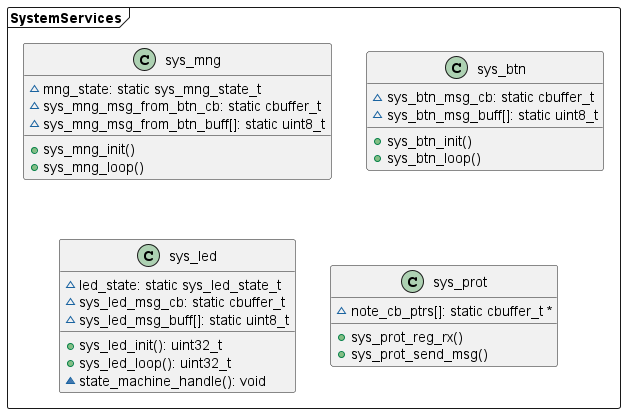
This is docs/docs/architecture_syssvcs/architecture_syssvcs.png from minh2002sn/led_control, a PlantUML export, as it was before one commit.
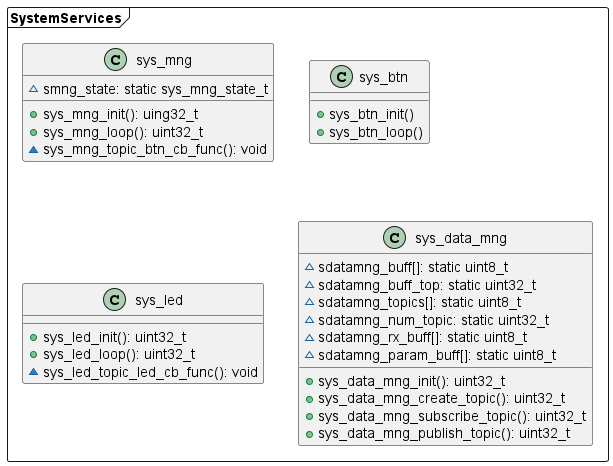
After the change.

Change to the diagram source:
```diff
@@ -3,33 +3,37 @@
 package SystemServices <<Frame>> {
   class sys_mng
   {
-    ~mng_state: static sys_mng_state_t
-    ~sys_mng_msg_from_btn_cb: static cbuffer_t
-    ~sys_mng_msg_from_btn_buff[]: static uint8_t
-    +sys_mng_init()
-    +sys_mng_loop()
+    ~smng_state: static sys_mng_state_t
+    +sys_mng_init(): uing32_t
+    +sys_mng_loop(): uint32_t
+    ~sys_mng_topic_btn_cb_func(): void
   }
+
   class sys_btn
   {
-    ~sys_btn_msg_cb: static cbuffer_t
-    ~sys_btn_msg_buff[]: static uint8_t
     +sys_btn_init()
     +sys_btn_loop()
   }
+
   class sys_led
   {
-    ~led_state: static sys_led_state_t
-    ~sys_led_msg_cb: static cbuffer_t
-    ~sys_led_msg_buff[]: static uint8_t
     +sys_led_init(): uint32_t
     +sys_led_loop(): uint32_t
-    ~state_machine_handle(): void
+    ~sys_led_topic_led_cb_func(): void
   }
-  class sys_prot
+
+  class sys_data_mng
   {
-    ~note_cb_ptrs[]: static cbuffer_t *
-    +sys_prot_reg_rx()
-    +sys_prot_send_msg()
+    ~sdatamng_buff[]: static uint8_t
+    ~sdatamng_buff_top: static uint32_t
+    ~sdatamng_topics[]: static uint8_t
+    ~sdatamng_num_topic: static uint32_t
+    ~sdatamng_rx_buff[]: static uint8_t
+    ~sdatamng_param_buff[]: static uint8_t
+    +sys_data_mng_init(): uint32_t
+    +sys_data_mng_create_topic(): uint32_t
+    +sys_data_mng_subscribe_topic(): uint32_t
+    +sys_data_mng_publish_topic(): uint32_t
   }
 }
 
```
